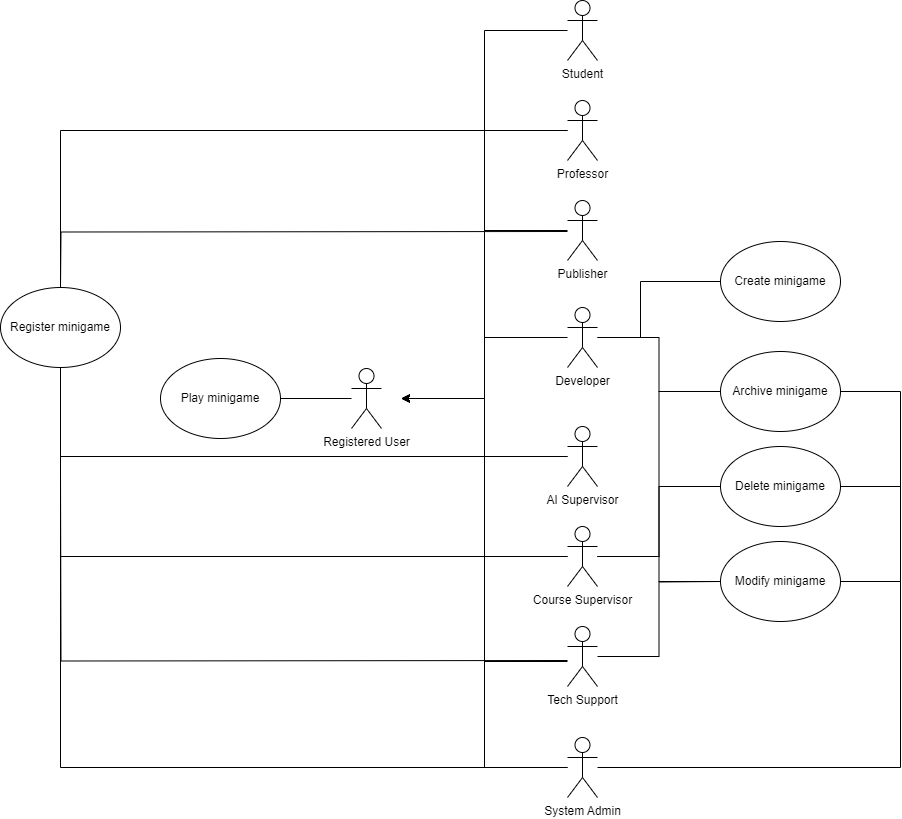
The draw.io diagram deliverables/D1/images/UC-minigame.png in anhtuduong/RadiantIQ-test, before a commit. Source tidied: cells renumbered, new cells last; positions are measured from the earlier drawing's top-left corner, leaving out a move shared by most shapes.
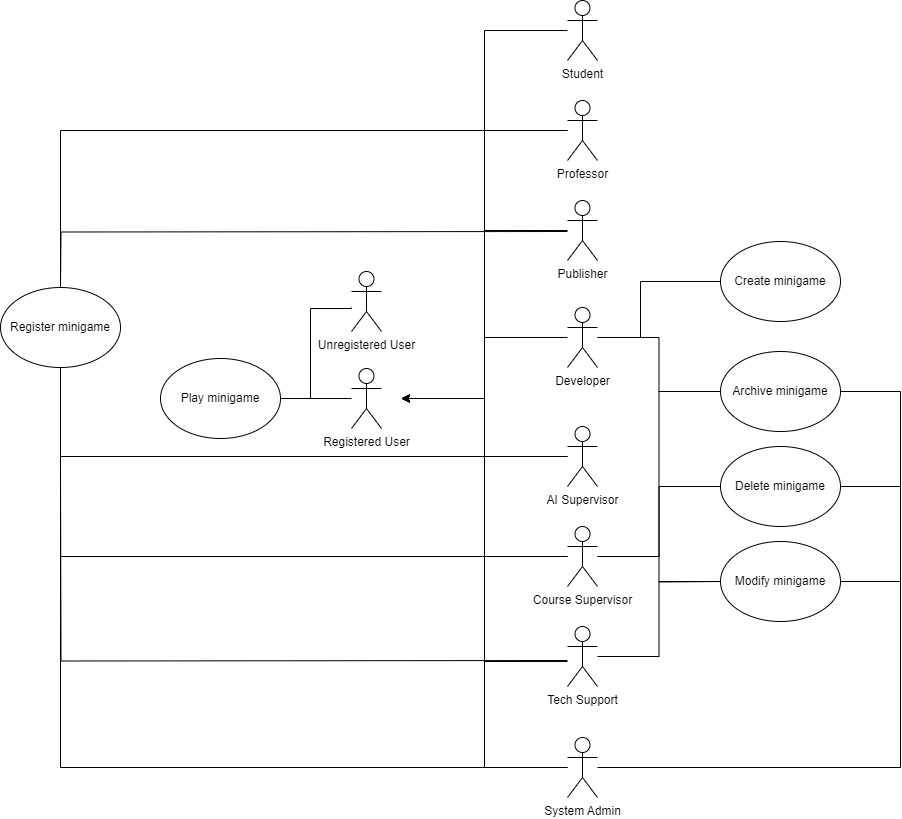
Above is the later version.

Commit message:
docs: image fix for the addition of play minigame UC

What changed in the source:
```diff
@@ -153,5 +153,18 @@
         <mxPoint x="840" y="581" as="targetPoint" />
       </mxGeometry>
     </mxCell>
+    <mxCell id="43" value="Unregistered User" style="shape=umlActor;verticalLabelPosition=bottom;verticalAlign=top;html=1;" parent="1" vertex="1">
+      <mxGeometry x="351" y="271" width="30" height="60" as="geometry" />
+    </mxCell>
+    <mxCell id="44" style="edgeStyle=orthogonalEdgeStyle;rounded=0;jettySize=auto;html=1;endArrow=none;endFill=0;entryX=1;entryY=0.5;entryDx=0;entryDy=0;" parent="1" edge="1" target="30">
+      <mxGeometry relative="1" as="geometry">
+        <mxPoint x="351" y="307" as="sourcePoint" />
+        <Array as="points">
+          <mxPoint x="351" y="308" />
+          <mxPoint x="310" y="308" />
+          <mxPoint x="310" y="398" />
+        </Array>
+      </mxGeometry>
+    </mxCell>
   </root>
 </mxGraphModel>
```
